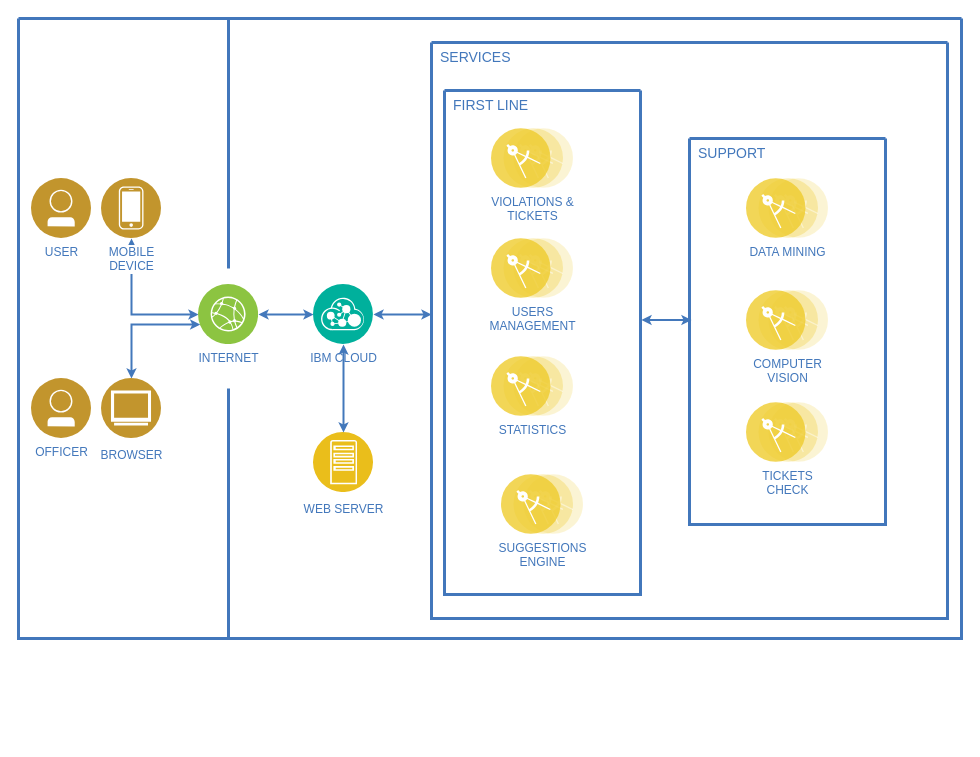
GiorgioUghini/SafeStreets keeps this draw.io diagram as DD/materials/HighLevelArchitecture.drawio. Above is the earlier version. Source tidied: cells renumbered, new cells numbered last; positions are measured from the earlier drawing's top-left corner, leaving out a move shared by most shapes. Both pictures are drawn from the tidied source at 100%, with x=0, y=0 at pixel (18, 18).
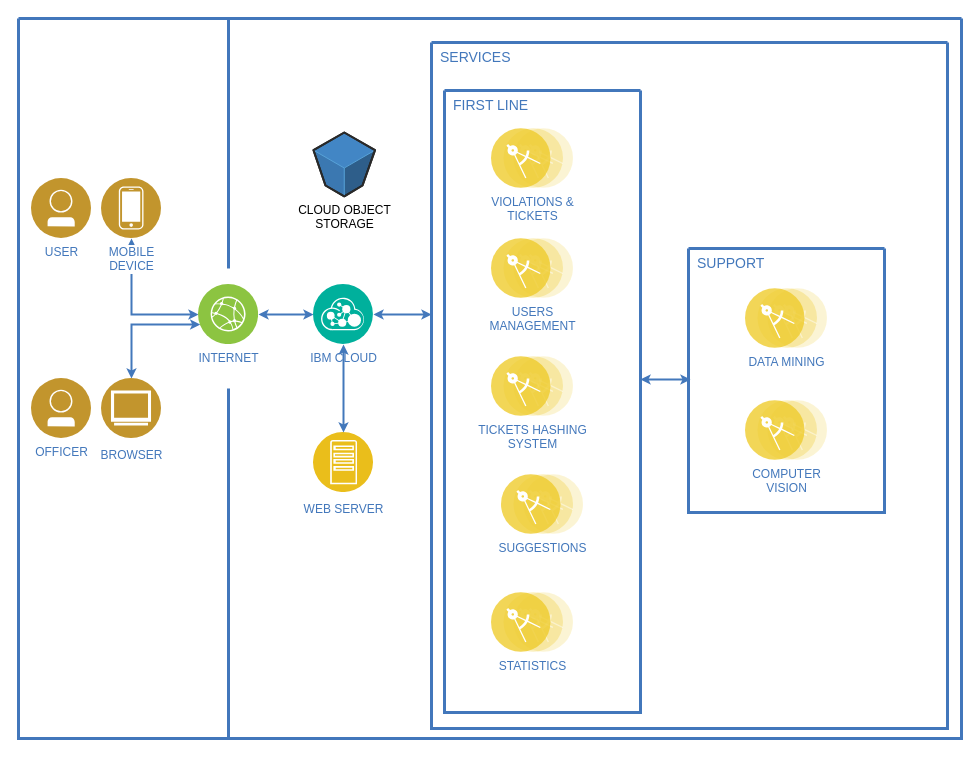
The same diagram, later.

Commit message (it also covers changes not shown here):
Fix high level architecture image

What changed in the source:
```diff
@@
     <mxCell id="2" style="swimlane;shadow=0;strokeColor=#4277BB;fillColor=#ffffff;fontColor=#4277BB;align=right;startSize=0;strokeWidth=3;" parent="1" vertex="1">
-      <mxGeometry width="943" height="620" as="geometry" />
+      <mxGeometry width="943" height="720" as="geometry" />
     </mxCell>
@@
     <mxCell id="4" style="line;strokeWidth=3;direction=south;html=1;shadow=0;labelBackgroundColor=none;fillColor=none;gradientColor=none;fontSize=12;fontColor=#4277BB;align=right;strokeColor=#4277BB;" parent="2" vertex="1">
-      <mxGeometry x="205" y="370" width="10" height="250" as="geometry" />
+      <mxGeometry x="205" y="370" width="10" height="350" as="geometry" />
     </mxCell>
@@
     <mxCell id="13" style="swimlane;shadow=0;strokeColor=#4277BB;fillColor=#ffffff;fontColor=#4277BB;align=right;startSize=0;strokeWidth=3;" parent="2" vertex="1">
-      <mxGeometry x="413" y="24" width="516" height="576" as="geometry" />
+      <mxGeometry x="413" y="24" width="516" height="686" as="geometry" />
     </mxCell>
@@
     <mxCell id="15" style="swimlane;shadow=0;strokeColor=#4277BB;fillColor=#ffffff;fontColor=#4277BB;align=right;startSize=0;strokeWidth=3;" parent="13" vertex="1">
-      <mxGeometry x="13" y="48" width="196" height="504" as="geometry" />
+      <mxGeometry x="13" y="48" width="196" height="622" as="geometry" />
     </mxCell>
@@
-    <mxCell id="18" value="SUGGESTIONS&lt;br&gt;ENGINE" style="perimeter=ellipsePerimeter;html=1;align=center;shadow=0;dashed=0;image;image=img/lib/ibm/applications/microservice.svg;labelBackgroundColor=#ffffff;strokeColor=#666666;strokeWidth=3;fillColor=#C2952D;gradientColor=none;fontSize=12;fontColor=#4277BB;" parent="15" vertex="1">
+    <mxCell id="18" value="SUGGESTIONS" style="perimeter=ellipsePerimeter;html=1;align=center;shadow=0;dashed=0;image;image=img/lib/ibm/applications/microservice.svg;labelBackgroundColor=#ffffff;strokeColor=#666666;strokeWidth=3;fillColor=#C2952D;gradientColor=none;fontSize=12;fontColor=#4277BB;" parent="15" vertex="1">
       <mxGeometry x="57" y="384" width="82" height="60" as="geometry" />
     </mxCell>
@@
-    <mxCell id="20" value="STATISTICS" style="perimeter=ellipsePerimeter;html=1;align=center;shadow=0;dashed=0;image;image=img/lib/ibm/applications/microservice.svg;labelBackgroundColor=#ffffff;strokeColor=#666666;strokeWidth=3;fillColor=#C2952D;gradientColor=none;fontSize=12;fontColor=#4277BB;" parent="15" vertex="1">
+    <mxCell id="20" value="TICKETS HASHING&lt;br&gt;SYSTEM" style="perimeter=ellipsePerimeter;html=1;align=center;shadow=0;dashed=0;image;image=img/lib/ibm/applications/microservice.svg;labelBackgroundColor=#ffffff;strokeColor=#666666;strokeWidth=3;fillColor=#C2952D;gradientColor=none;fontSize=12;fontColor=#4277BB;" parent="15" vertex="1">
       <mxGeometry x="47" y="266" width="82" height="60" as="geometry" />
     </mxCell>
+    <mxCell id="31" value="STATISTICS" style="perimeter=ellipsePerimeter;html=1;align=center;shadow=0;dashed=0;image;image=img/lib/ibm/applications/microservice.svg;labelBackgroundColor=#ffffff;strokeColor=#666666;strokeWidth=3;fillColor=#C2952D;gradientColor=none;fontSize=12;fontColor=#4277BB;" parent="15" vertex="1">
+      <mxGeometry x="47" y="502" width="82" height="60" as="geometry" />
+    </mxCell>
     <mxCell id="21" style="swimlane;shadow=0;strokeColor=#4277BB;fillColor=#ffffff;fontColor=#4277BB;align=right;startSize=0;strokeWidth=3;" parent="13" vertex="1">
-      <mxGeometry x="258" y="96" width="196" height="386" as="geometry" />
+      <mxGeometry x="257" y="206" width="196" height="264" as="geometry" />
     </mxCell>
@@
-    <mxCell id="25" value="TICKETS&lt;br&gt;CHECK" style="perimeter=ellipsePerimeter;html=1;align=center;shadow=0;dashed=0;image;image=img/lib/ibm/applications/microservice.svg;labelBackgroundColor=#ffffff;strokeColor=#666666;strokeWidth=3;fillColor=#C2952D;gradientColor=none;fontSize=12;fontColor=#4277BB;" parent="21" vertex="1">
-      <mxGeometry x="57" y="264" width="82" height="60" as="geometry" />
-    </mxCell>
-    <mxCell id="26" style="edgeStyle=elbowEdgeStyle;rounded=0;html=1;labelBackgroundColor=#ffffff;startArrow=classic;startFill=1;startSize=4;endArrow=classic;endFill=1;endSize=4;jettySize=auto;orthogonalLoop=1;strokeColor=#4378BB;strokeWidth=2;fontSize=19;fontColor=#CC99FF;elbow=vertical;" parent="21" edge="1">
+    <mxCell id="26" style="edgeStyle=elbowEdgeStyle;rounded=0;html=1;labelBackgroundColor=#ffffff;startArrow=classic;startFill=1;startSize=4;endArrow=classic;endFill=1;endSize=4;jettySize=auto;orthogonalLoop=1;strokeColor=#4378BB;strokeWidth=2;fontSize=19;fontColor=#CC99FF;elbow=vertical;" parent="13" edge="1">
       <mxGeometry relative="1" as="geometry">
-        <mxPoint x="-48" y="181.5" as="sourcePoint" />
-        <mxPoint x="2" y="182" as="targetPoint" />
+        <mxPoint x="209" y="337" as="sourcePoint" />
+        <mxPoint x="259" y="337.5" as="targetPoint" />
         <Array as="points">
-          <mxPoint x="-27" y="181.5" />
+          <mxPoint x="230" y="337" />
         </Array>
       </mxGeometry>
     </mxCell>
@@
+    <mxCell id="32" value="CLOUD OBJECT&lt;br&gt;STORAGE" style="verticalLabelPosition=bottom;html=1;verticalAlign=top;strokeWidth=1;align=center;dashed=0;shape=mxgraph.aws3d.s3Bucket;fillColor=#4286c5;strokeColor=#57A2D8;" parent="2" vertex="1">
+      <mxGeometry x="295" y="114" width="61.5" height="63.8" as="geometry" />
+    </mxCell>
```
